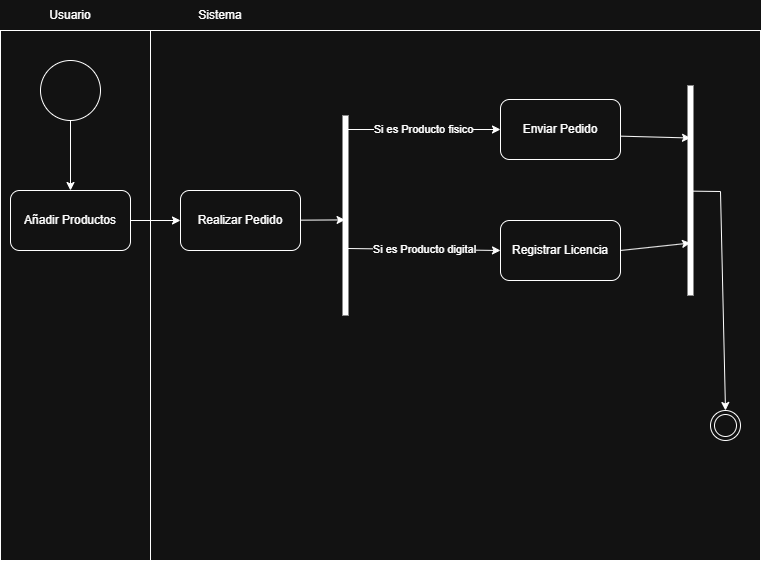
Before: Diagramas/DiagramaActividades.png, a diagram exported from draw.io (Alerb25/Sistema_GestionPedidos). Source tidied: cells renumbered, new cells last; positions are measured from the earlier drawing's top-left corner, leaving out a move shared by most shapes. Source of this version:
```xml
<mxGraphModel>
  <root>
    <mxCell id="0" />
    <mxCell id="1" parent="0" />
    <mxCell id="2" style="rounded=0;whiteSpace=wrap;html=1;fillColor=none;" parent="1" vertex="1">
      <mxGeometry y="30" width="150" height="530" as="geometry" />
    </mxCell>
    <mxCell id="3" style="ellipse;whiteSpace=wrap;html=1;" parent="1" vertex="1">
      <mxGeometry x="40" y="60" width="60" height="60" as="geometry" />
    </mxCell>
    <mxCell id="4" style="endArrow=classic;html=1;rounded=0;exitX=0.5;exitY=1;exitDx=0;exitDy=0;entryX=0.5;entryY=0;entryDx=0;entryDy=0;" parent="1" edge="1" source="3" target="8">
      <mxGeometry relative="1" as="geometry" />
    </mxCell>
    <mxCell id="5" value="Usuario" style="text;html=1;whiteSpace=wrap;strokeColor=none;fillColor=none;align=center;verticalAlign=middle;rounded=0;" parent="1" vertex="1">
      <mxGeometry x="40" width="60" height="30" as="geometry" />
    </mxCell>
    <mxCell id="6" style="rounded=0;whiteSpace=wrap;html=1;fillColor=none;" parent="1" vertex="1">
      <mxGeometry x="150" y="30" width="610" height="530" as="geometry" />
    </mxCell>
    <mxCell id="7" value="Sistema" style="text;html=1;whiteSpace=wrap;strokeColor=none;fillColor=none;align=center;verticalAlign=middle;rounded=0;" parent="1" vertex="1">
      <mxGeometry x="190" width="60" height="30" as="geometry" />
    </mxCell>
    <mxCell id="8" value="Añadir Productos" style="rounded=1;whiteSpace=wrap;html=1;" parent="1" vertex="1">
      <mxGeometry x="10" y="190" width="120" height="60" as="geometry" />
    </mxCell>
    <mxCell id="9" style="endArrow=classic;html=1;rounded=0;exitX=1;exitY=0.5;exitDx=0;exitDy=0;entryX=0;entryY=0.5;entryDx=0;entryDy=0;" parent="1" edge="1" source="8" target="10">
      <mxGeometry relative="1" as="geometry" />
    </mxCell>
    <mxCell id="10" value="Realizar Pedido" style="rounded=1;whiteSpace=wrap;html=1;" parent="1" vertex="1">
      <mxGeometry x="180" y="190" width="120" height="60" as="geometry" />
    </mxCell>
    <mxCell id="11" style="endArrow=classic;html=1;rounded=0;entryX=0.478;entryY=0.457;entryDx=0;entryDy=0;entryPerimeter=0;" parent="1" edge="1" target="14">
      <mxGeometry relative="1" as="geometry">
        <mxPoint x="300" y="219.7" as="sourcePoint" />
      </mxGeometry>
    </mxCell>
    <mxCell id="12" value="Enviar Pedido" style="rounded=1;whiteSpace=wrap;html=1;" parent="1" vertex="1">
      <mxGeometry x="500" y="99" width="120" height="60" as="geometry" />
    </mxCell>
    <mxCell id="13" style="ellipse;html=1;shape=endState;" parent="1" vertex="1">
      <mxGeometry x="710" y="410" width="30" height="30" as="geometry" />
    </mxCell>
    <mxCell id="14" style="shape=line;html=1;strokeWidth=6;rotation=-90;" parent="1" vertex="1">
      <mxGeometry x="245" y="210" width="200" height="10" as="geometry" />
    </mxCell>
    <mxCell id="15" style="endArrow=classic;html=1;rounded=0;exitX=0.75;exitY=0.5;exitDx=0;exitDy=0;exitPerimeter=0;entryX=0;entryY=0.25;entryDx=0;entryDy=0;" parent="1" edge="1">
      <mxGeometry relative="1" as="geometry">
        <mxPoint x="345" y="129" as="sourcePoint" />
        <mxPoint x="500" y="129" as="targetPoint" />
      </mxGeometry>
    </mxCell>
    <mxCell id="16" value="Si es Producto fisico" style="edgeLabel;html=1;align=center;verticalAlign=middle;" parent="15" vertex="1">
      <mxGeometry relative="1" as="geometry" />
    </mxCell>
    <mxCell id="17" style="endArrow=classic;html=1;rounded=0;exitX=0.335;exitY=0.729;exitDx=0;exitDy=0;exitPerimeter=0;entryX=0;entryY=0.5;entryDx=0;entryDy=0;" parent="1" edge="1" source="14" target="19">
      <mxGeometry relative="1" as="geometry" />
    </mxCell>
    <mxCell id="18" value="Si es Producto digital" style="edgeLabel;html=1;align=center;verticalAlign=middle;" parent="17" vertex="1">
      <mxGeometry relative="1" as="geometry" />
    </mxCell>
    <mxCell id="19" value="Registrar Licencia" style="rounded=1;whiteSpace=wrap;html=1;" parent="1" vertex="1">
      <mxGeometry x="500" y="220" width="120" height="60" as="geometry" />
    </mxCell>
    <mxCell id="20" style="shape=line;html=1;strokeWidth=6;rotation=-90;" parent="1" vertex="1">
      <mxGeometry x="585" y="185" width="210" height="10" as="geometry" />
    </mxCell>
    <mxCell id="21" style="endArrow=classic;html=1;rounded=0;exitX=1.003;exitY=0.611;exitDx=0;exitDy=0;exitPerimeter=0;entryX=0.75;entryY=0.5;entryDx=0;entryDy=0;entryPerimeter=0;" parent="1" edge="1" source="12" target="20">
      <mxGeometry relative="1" as="geometry" />
    </mxCell>
    <mxCell id="22" style="endArrow=classic;html=1;rounded=0;exitX=1;exitY=0.5;exitDx=0;exitDy=0;entryX=0.25;entryY=0.5;entryDx=0;entryDy=0;entryPerimeter=0;" parent="1" edge="1" source="19" target="20">
      <mxGeometry relative="1" as="geometry" />
    </mxCell>
    <mxCell id="23" style="endArrow=classic;html=1;rounded=0;exitX=0.497;exitY=0.617;exitDx=0;exitDy=0;exitPerimeter=0;entryX=0.5;entryY=0;entryDx=0;entryDy=0;" parent="1" edge="1" source="20" target="13">
      <mxGeometry relative="1" as="geometry">
        <Array as="points">
          <mxPoint x="720" y="191" />
        </Array>
      </mxGeometry>
    </mxCell>
  </root>
</mxGraphModel>
```
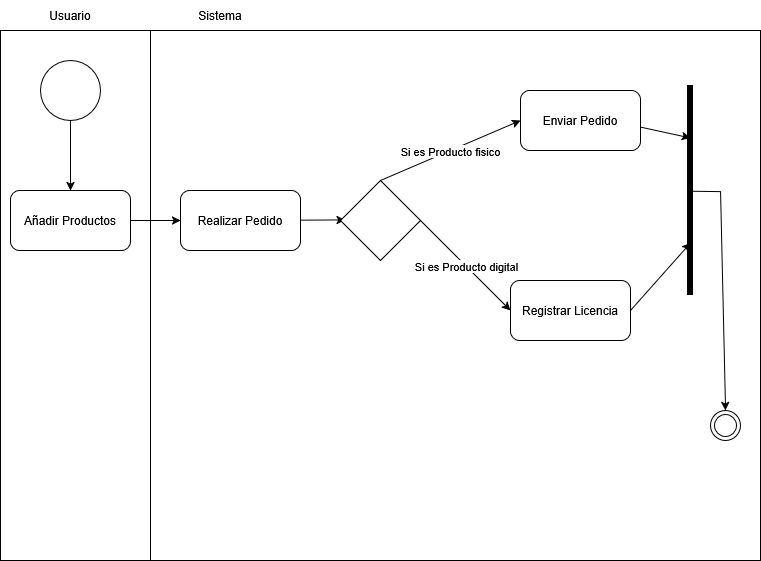
After the commit.

What changed in the source:
```diff
@@ -29,37 +29,32 @@
     <mxCell id="10" value="Realizar Pedido" style="rounded=1;whiteSpace=wrap;html=1;" parent="1" vertex="1">
       <mxGeometry x="180" y="190" width="120" height="60" as="geometry" />
     </mxCell>
-    <mxCell id="11" style="endArrow=classic;html=1;rounded=0;entryX=0.478;entryY=0.457;entryDx=0;entryDy=0;entryPerimeter=0;" parent="1" edge="1" target="14">
+    <mxCell id="11" style="endArrow=classic;html=1;rounded=0;entryX=0.478;entryY=0.457;entryDx=0;entryDy=0;entryPerimeter=0;" parent="1" edge="1">
       <mxGeometry relative="1" as="geometry">
         <mxPoint x="300" y="219.7" as="sourcePoint" />
+        <mxPoint x="344.6" y="219.4" as="targetPoint" />
       </mxGeometry>
     </mxCell>
     <mxCell id="12" value="Enviar Pedido" style="rounded=1;whiteSpace=wrap;html=1;" parent="1" vertex="1">
-      <mxGeometry x="500" y="99" width="120" height="60" as="geometry" />
+      <mxGeometry x="520" y="90" width="120" height="60" as="geometry" />
     </mxCell>
     <mxCell id="13" style="ellipse;html=1;shape=endState;" parent="1" vertex="1">
       <mxGeometry x="710" y="410" width="30" height="30" as="geometry" />
     </mxCell>
-    <mxCell id="14" style="shape=line;html=1;strokeWidth=6;rotation=-90;" parent="1" vertex="1">
-      <mxGeometry x="245" y="210" width="200" height="10" as="geometry" />
-    </mxCell>
-    <mxCell id="15" style="endArrow=classic;html=1;rounded=0;exitX=0.75;exitY=0.5;exitDx=0;exitDy=0;exitPerimeter=0;entryX=0;entryY=0.25;entryDx=0;entryDy=0;" parent="1" edge="1">
-      <mxGeometry relative="1" as="geometry">
-        <mxPoint x="345" y="129" as="sourcePoint" />
-        <mxPoint x="500" y="129" as="targetPoint" />
-      </mxGeometry>
+    <mxCell id="15" style="endArrow=classic;html=1;rounded=0;exitX=0.5;exitY=0;exitDx=0;exitDy=0;entryX=0;entryY=0.5;entryDx=0;entryDy=0;" parent="1" edge="1" source="24" target="12">
+      <mxGeometry relative="1" as="geometry" />
     </mxCell>
     <mxCell id="16" value="Si es Producto fisico" style="edgeLabel;html=1;align=center;verticalAlign=middle;" parent="15" vertex="1">
       <mxGeometry relative="1" as="geometry" />
     </mxCell>
-    <mxCell id="17" style="endArrow=classic;html=1;rounded=0;exitX=0.335;exitY=0.729;exitDx=0;exitDy=0;exitPerimeter=0;entryX=0;entryY=0.5;entryDx=0;entryDy=0;" parent="1" edge="1" source="14" target="19">
+    <mxCell id="17" style="endArrow=classic;html=1;rounded=0;exitX=1;exitY=0.5;exitDx=0;exitDy=0;entryX=0;entryY=0.5;entryDx=0;entryDy=0;" parent="1" edge="1" source="24" target="19">
       <mxGeometry relative="1" as="geometry" />
     </mxCell>
     <mxCell id="18" value="Si es Producto digital" style="edgeLabel;html=1;align=center;verticalAlign=middle;" parent="17" vertex="1">
       <mxGeometry relative="1" as="geometry" />
     </mxCell>
     <mxCell id="19" value="Registrar Licencia" style="rounded=1;whiteSpace=wrap;html=1;" parent="1" vertex="1">
-      <mxGeometry x="500" y="220" width="120" height="60" as="geometry" />
+      <mxGeometry x="510" y="280" width="120" height="60" as="geometry" />
     </mxCell>
     <mxCell id="20" style="shape=line;html=1;strokeWidth=6;rotation=-90;" parent="1" vertex="1">
       <mxGeometry x="585" y="185" width="210" height="10" as="geometry" />
@@ -77,5 +72,8 @@
         </Array>
       </mxGeometry>
     </mxCell>
+    <mxCell id="24" style="rhombus;whiteSpace=wrap;html=1;" parent="1" vertex="1">
+      <mxGeometry x="340" y="180" width="80" height="80" as="geometry" />
+    </mxCell>
   </root>
 </mxGraphModel>
```
